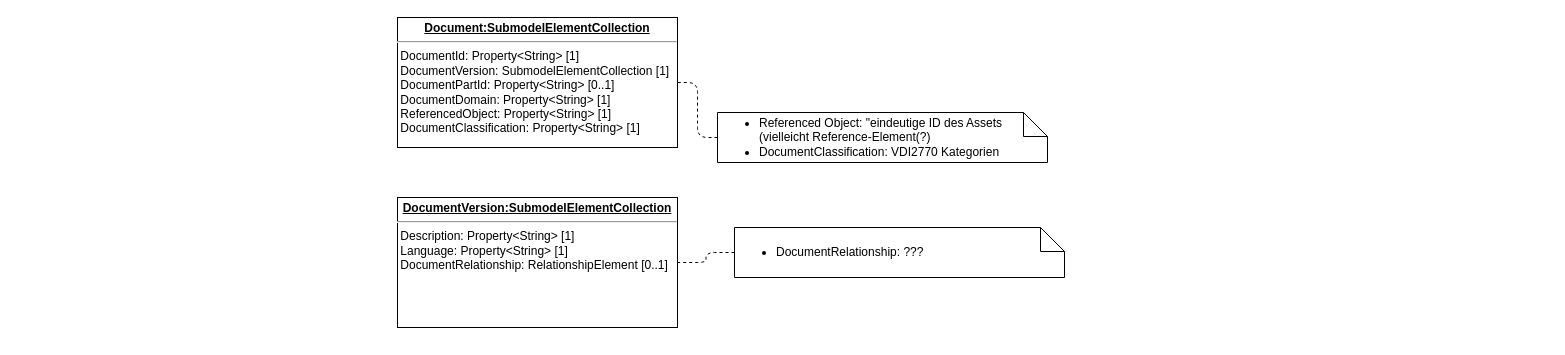
The draw.io diagram AssetDocumentation.drawio in LucRome/T2000, before the edit. Source tidied: cells renumbered, new cells numbered last; positions are measured from the earlier drawing's top-left corner, leaving out a move shared by most shapes. Both pictures are drawn from the tidied source at 100%, with x=0, y=0 at pixel (397, 17).
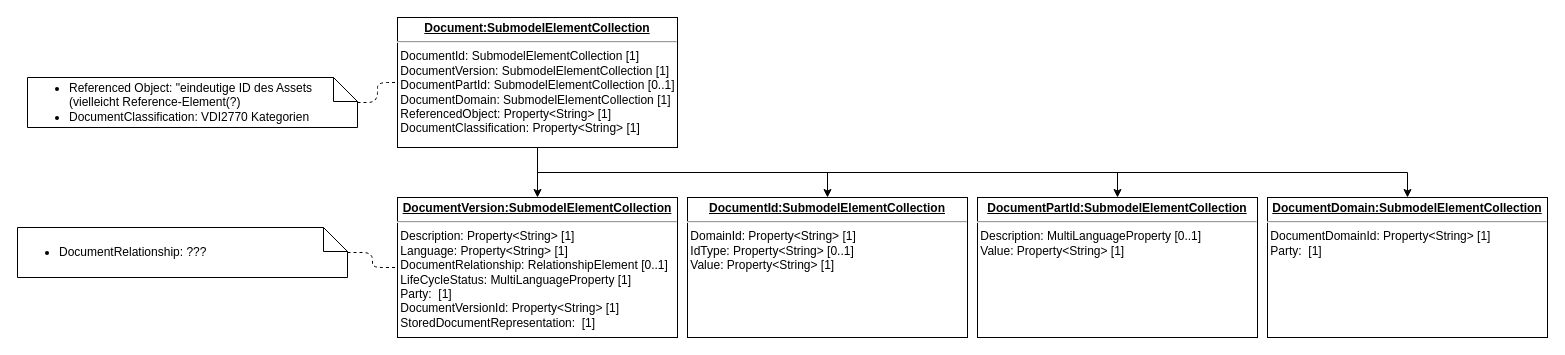
The same diagram, later.

Change to the diagram source:
```diff
@@
 <mxGraphModel>
   <root>
     <mxCell id="0" />
     <mxCell id="1" parent="0" />
+    <mxCell id="8" style="edgeStyle=orthogonalEdgeStyle;rounded=0;jettySize=auto;html=1;" parent="1" edge="1" source="2" target="5">
+      <mxGeometry relative="1" as="geometry" />
+    </mxCell>
+    <mxCell id="9" style="edgeStyle=orthogonalEdgeStyle;rounded=0;jettySize=auto;html=1;exitX=0.5;exitY=1;exitDx=0;exitDy=0;entryX=0.5;entryY=0;entryDx=0;entryDy=0;" parent="1" edge="1" source="2" target="12">
+      <mxGeometry relative="1" as="geometry" />
+    </mxCell>
+    <mxCell id="10" style="edgeStyle=orthogonalEdgeStyle;rounded=0;jettySize=auto;html=1;exitX=0.5;exitY=1;exitDx=0;exitDy=0;entryX=0.5;entryY=0;entryDx=0;entryDy=0;" parent="1" edge="1" source="2" target="13">
+      <mxGeometry relative="1" as="geometry" />
+    </mxCell>
+    <mxCell id="11" style="edgeStyle=orthogonalEdgeStyle;rounded=0;jettySize=auto;html=1;exitX=0.5;exitY=1;exitDx=0;exitDy=0;" parent="1" edge="1" source="2" target="14">
+      <mxGeometry relative="1" as="geometry" />
+    </mxCell>
-    <mxCell id="2" value="&lt;p style=&quot;margin: 0px ; margin-top: 4px ; text-align: center ; text-decoration: underline&quot;&gt;&lt;b&gt;Document:SubmodelElementCollection&lt;/b&gt;&lt;/p&gt;&lt;hr&gt;&lt;div&gt;&amp;nbsp;DocumentId: Property&amp;lt;String&amp;gt; [1]&lt;/div&gt;&lt;div&gt;&amp;nbsp;DocumentVersion: SubmodelElementCollection [1]&lt;/div&gt;&lt;div&gt;&amp;nbsp;DocumentPartId: Property&amp;lt;String&amp;gt; [0..1]&lt;/div&gt;&lt;div&gt;&amp;nbsp;DocumentDomain: Property&amp;lt;String&amp;gt; [1]&lt;/div&gt;&lt;div&gt;&amp;nbsp;ReferencedObject: Property&amp;lt;String&amp;gt; [1]&lt;/div&gt;&lt;div&gt;&amp;nbsp;DocumentClassification: Property&amp;lt;String&amp;gt; [1]&lt;br&gt;&lt;/div&gt;" style="verticalAlign=top;align=left;overflow=fill;fontSize=12;fontFamily=Helvetica;html=1;" parent="1" vertex="1">
+    <mxCell id="2" value="&lt;p style=&quot;margin: 0px ; margin-top: 4px ; text-align: center ; text-decoration: underline&quot;&gt;&lt;b&gt;Document:SubmodelElementCollection&lt;/b&gt;&lt;/p&gt;&lt;hr&gt;&lt;div&gt;&amp;nbsp;DocumentId: SubmodelElementCollection [1]&lt;/div&gt;&lt;div&gt;&amp;nbsp;DocumentVersion: SubmodelElementCollection [1]&lt;/div&gt;&lt;div&gt;&amp;nbsp;DocumentPartId: SubmodelElementCollection [0..1]&lt;/div&gt;&lt;div&gt;&amp;nbsp;DocumentDomain: SubmodelElementCollection [1]&lt;/div&gt;&lt;div&gt;&amp;nbsp;ReferencedObject: Property&amp;lt;String&amp;gt; [1]&lt;/div&gt;&lt;div&gt;&amp;nbsp;DocumentClassification: Property&amp;lt;String&amp;gt; [1]&lt;br&gt;&lt;/div&gt;" style="verticalAlign=top;align=left;overflow=fill;fontSize=12;fontFamily=Helvetica;html=1;" parent="1" vertex="1">
       <mxGeometry width="280" height="130" as="geometry" />
     </mxCell>
     <mxCell id="3" value="&lt;div align=&quot;left&quot;&gt;&lt;ul&gt;&lt;li&gt;Referenced Object: &quot;eindeutige ID des Assets (vielleicht Reference-Element(?)&lt;/li&gt;&lt;li&gt;DocumentClassification: VDI2770 Kategorien&lt;br&gt;&lt;/li&gt;&lt;/ul&gt;&lt;/div&gt;" style="shape=note;size=24;whiteSpace=wrap;html=1;align=left;" parent="1" vertex="1">
-      <mxGeometry x="320" y="95" width="330" height="50" as="geometry" />
+      <mxGeometry x="-370" y="60" width="330" height="50" as="geometry" />
     </mxCell>
     <mxCell id="4" style="endArrow=none;dashed=1;html=1;edgeStyle=orthogonalEdgeStyle;" parent="1" edge="1" source="3" target="2">
       <mxGeometry relative="1" as="geometry" />
     </mxCell>
-    <mxCell id="5" value="&lt;p style=&quot;margin: 0px ; margin-top: 4px ; text-align: center ; text-decoration: underline&quot;&gt;&lt;b&gt;DocumentVersion:SubmodelElementCollection&lt;/b&gt;&lt;/p&gt;&lt;hr&gt;&lt;div&gt;&amp;nbsp;Description: Property&amp;lt;String&amp;gt; [1]&lt;br&gt;&lt;/div&gt;&lt;div&gt;&amp;nbsp;Language: Property&amp;lt;String&amp;gt; [1]&lt;br&gt;&lt;/div&gt;&lt;div&gt;&amp;nbsp;DocumentRelationship: RelationshipElement [0..1]&lt;br&gt;&lt;/div&gt;" style="verticalAlign=top;align=left;overflow=fill;fontSize=12;fontFamily=Helvetica;html=1;" parent="1" vertex="1">
-      <mxGeometry y="180" width="280" height="130" as="geometry" />
+    <mxCell id="5" value="&lt;p style=&quot;margin: 0px ; margin-top: 4px ; text-align: center ; text-decoration: underline&quot;&gt;&lt;b&gt;DocumentVersion:SubmodelElementCollection&lt;/b&gt;&lt;/p&gt;&lt;hr&gt;&lt;div&gt;&amp;nbsp;Description: Property&amp;lt;String&amp;gt; [1]&lt;br&gt;&lt;/div&gt;&lt;div&gt;&amp;nbsp;Language: Property&amp;lt;String&amp;gt; [1]&lt;br&gt;&lt;/div&gt;&lt;div&gt;&amp;nbsp;DocumentRelationship: RelationshipElement [0..1]&lt;/div&gt;&lt;div&gt;&amp;nbsp;LifeCycleStatus: MultiLanguageProperty [1]&lt;/div&gt;&lt;div&gt;&amp;nbsp;Party:&amp;nbsp; [1]&lt;/div&gt;&lt;div&gt;&amp;nbsp;DocumentVersionId: Property&amp;lt;String&amp;gt; [1]&lt;/div&gt;&lt;div&gt;&amp;nbsp;StoredDocumentRepresentation:&amp;nbsp; [1]&lt;/div&gt;&lt;div&gt;&amp;nbsp;&lt;br&gt;&lt;/div&gt;" style="verticalAlign=top;align=left;overflow=fill;fontSize=12;fontFamily=Helvetica;html=1;" parent="1" vertex="1">
+      <mxGeometry y="180" width="280" height="140" as="geometry" />
     </mxCell>
     <mxCell id="6" value="&lt;div align=&quot;left&quot;&gt;&lt;ul&gt;&lt;li&gt;DocumentRelationship: ???&lt;br&gt;&lt;/li&gt;&lt;/ul&gt;&lt;/div&gt;" style="shape=note;size=24;whiteSpace=wrap;html=1;align=left;" parent="1" vertex="1">
-      <mxGeometry x="337" y="210" width="330" height="50" as="geometry" />
+      <mxGeometry x="-380" y="210" width="330" height="50" as="geometry" />
     </mxCell>
     <mxCell id="7" style="endArrow=none;dashed=1;html=1;edgeStyle=orthogonalEdgeStyle;" parent="1" edge="1" source="6" target="5">
       <mxGeometry relative="1" as="geometry" />
     </mxCell>
+    <mxCell id="12" value="&lt;p style=&quot;margin: 0px ; margin-top: 4px ; text-align: center ; text-decoration: underline&quot;&gt;&lt;b&gt;DocumentId:SubmodelElementCollection&lt;/b&gt;&lt;/p&gt;&lt;hr&gt;&lt;div&gt;&amp;nbsp;DomainId: Property&amp;lt;String&amp;gt; [1]&lt;/div&gt;&lt;div&gt;&amp;nbsp;IdType: Property&amp;lt;String&amp;gt; [0..1]&lt;/div&gt;&lt;div&gt;&amp;nbsp;Value: Property&amp;lt;String&amp;gt; [1]&lt;/div&gt;&lt;div&gt;&amp;nbsp;&lt;br&gt;&lt;/div&gt;" style="verticalAlign=top;align=left;overflow=fill;fontSize=12;fontFamily=Helvetica;html=1;" parent="1" vertex="1">
+      <mxGeometry x="290" y="180" width="280" height="140" as="geometry" />
+    </mxCell>
+    <mxCell id="13" value="&lt;p style=&quot;margin: 0px ; margin-top: 4px ; text-align: center ; text-decoration: underline&quot;&gt;&lt;b&gt;DocumentPartId:SubmodelElementCollection&lt;/b&gt;&lt;/p&gt;&lt;hr&gt;&lt;div&gt;&amp;nbsp;Description: MultiLanguageProperty [0..1]&lt;/div&gt;&lt;div&gt;&amp;nbsp;Value: Property&amp;lt;String&amp;gt; [1]&lt;br&gt;&lt;/div&gt;" style="verticalAlign=top;align=left;overflow=fill;fontSize=12;fontFamily=Helvetica;html=1;" parent="1" vertex="1">
+      <mxGeometry x="580" y="180" width="280" height="140" as="geometry" />
+    </mxCell>
+    <mxCell id="14" value="&lt;p style=&quot;margin: 0px ; margin-top: 4px ; text-align: center ; text-decoration: underline&quot;&gt;&lt;b&gt;DocumentDomain:SubmodelElementCollection&lt;/b&gt;&lt;/p&gt;&lt;hr&gt;&lt;div&gt;&amp;nbsp;DocumentDomainId: Property&amp;lt;String&amp;gt; [1]&lt;/div&gt;&lt;div&gt;&amp;nbsp;Party:&amp;nbsp; [1]&lt;br&gt;&lt;/div&gt;" style="verticalAlign=top;align=left;overflow=fill;fontSize=12;fontFamily=Helvetica;html=1;" parent="1" vertex="1">
+      <mxGeometry x="870" y="180" width="280" height="140" as="geometry" />
+    </mxCell>
   </root>
 </mxGraphModel>
```
